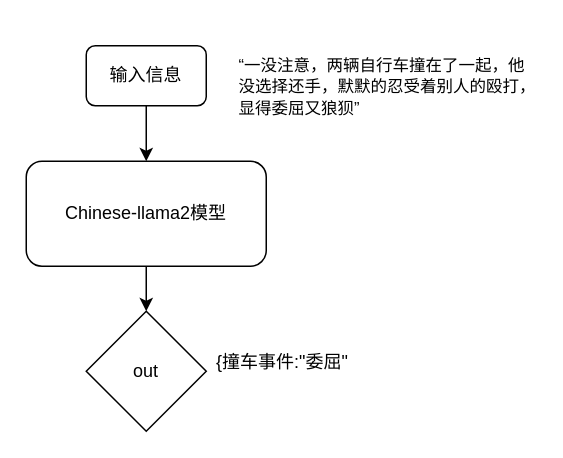
Luoxun1989/work-graph keeps this draw.io diagram as 性格刻画维度.drawio. Above is the earlier version. Source tidied: cells renumbered, new cells numbered last; positions are measured from the earlier drawing's top-left corner, leaving out a move shared by most shapes. Both pictures are drawn from the tidied source at 150%, with x=0, y=0 at pixel (26, 26).
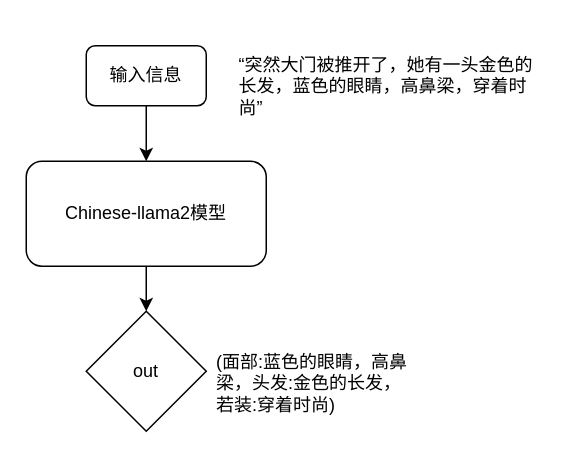
The same diagram, later.

Commit message (it also covers changes not shown here):
更新性格刻画维度.drawio

Diff of the diagram source:
```diff
@@
 <mxGraphModel>
   <root>
     <mxCell id="0" />
     <mxCell id="1" parent="0" />
     <mxCell id="2" value="输入信息" style="rounded=1;whiteSpace=wrap;html=1;fontSize=12;glass=0;strokeWidth=1;shadow=0;" parent="1" vertex="1">
       <mxGeometry x="40" y="13" width="80" height="40" as="geometry" />
     </mxCell>
     <mxCell id="3" value="Chinese-llama2模型" style="rounded=1;whiteSpace=wrap;html=1;fontSize=12;glass=0;strokeWidth=1;shadow=0;" parent="1" vertex="1">
       <mxGeometry y="90" width="160" height="70" as="geometry" />
     </mxCell>
     <mxCell id="4" style="endArrow=classic;html=1;rounded=0;exitX=0.5;exitY=1;exitDx=0;exitDy=0;" parent="1" edge="1" source="2" target="3">
       <mxGeometry relative="1" as="geometry" />
     </mxCell>
-    <mxCell id="5" value="&lt;p class=&quot;MsoNormal&quot;&gt;&lt;font style=&quot;font-size: 11px;&quot;&gt;&lt;span style=&quot;font-family: 宋体;&quot;&gt;&lt;font style=&quot;&quot; face=&quot;宋体&quot;&gt;“&lt;/font&gt;&lt;/span&gt;&lt;span style=&quot;font-family: 宋体;&quot;&gt;&lt;font face=&quot;宋体&quot;&gt;一没注意，两辆自行车撞在了一起，他没选择还手，默默的忍受着别人的殴打，显得委屈又狼狈&lt;/font&gt;&lt;/span&gt;&lt;span style=&quot;font-family: 宋体;&quot;&gt;&lt;font style=&quot;&quot; face=&quot;宋体&quot;&gt;”&lt;/font&gt;&lt;/span&gt;&lt;/font&gt;&lt;/p&gt;" style="text;whiteSpace=wrap;html=1;" parent="1" vertex="1">
+    <mxCell id="5" value="&lt;p class=&quot;MsoNormal&quot;&gt;&lt;font style=&quot;font-size: 12px;&quot; face=&quot;Helvetica&quot;&gt;“突然大门被推开了，她有一头金色的长发，蓝色的眼睛，高鼻梁，穿着时尚”&lt;/font&gt;&lt;/p&gt;" style="text;whiteSpace=wrap;html=1;" parent="1" vertex="1">
       <mxGeometry x="140" width="200" height="80" as="geometry" />
     </mxCell>
-    <mxCell id="6" value="{撞车事件:&quot;委屈&quot;" style="text;whiteSpace=wrap;fontFamily=Helvetica;" parent="1" vertex="1">
-      <mxGeometry x="125" y="210" width="95" height="40" as="geometry" />
+    <mxCell id="6" value="(面部:蓝色的眼睛，高鼻梁，头发:金色的长发，若装:穿着时尚)" style="text;whiteSpace=wrap;fontFamily=Helvetica;" parent="1" vertex="1">
+      <mxGeometry x="125" y="210" width="135" height="50" as="geometry" />
     </mxCell>
     <mxCell id="7" value="out" style="rhombus;whiteSpace=wrap;html=1;" parent="1" vertex="1">
       <mxGeometry x="40" y="190" width="80" height="80" as="geometry" />
     </mxCell>
     <mxCell id="8" style="endArrow=classic;html=1;rounded=0;exitX=0.5;exitY=1;exitDx=0;exitDy=0;" parent="1" edge="1" source="3" target="7">
       <mxGeometry relative="1" as="geometry" />
     </mxCell>
   </root>
 </mxGraphModel>
```
